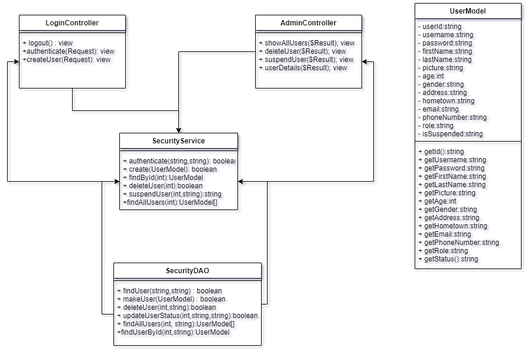
RSteinebrunner/LaravelProject keeps this draw.io diagram as Documentation/Diagrams/UML.png. Above is the earlier version. Source tidied: cells renumbered, new cells last; positions are measured from the earlier drawing's top-left corner, leaving out a move shared by most shapes.
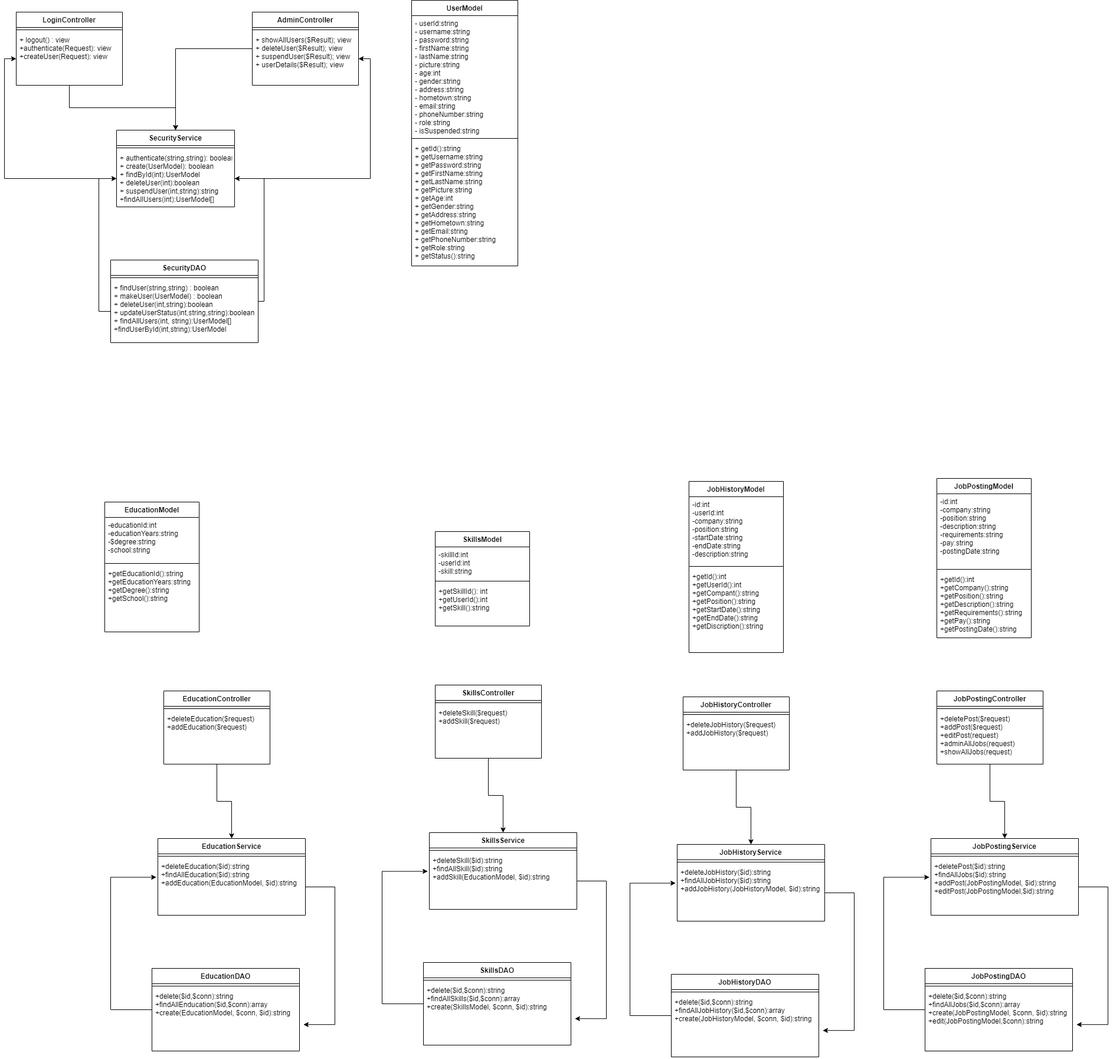
After the change.

Change to the diagram source:
```diff
@@ -80,5 +80,237 @@
     <mxCell id="23" style="edgeStyle=orthogonalEdgeStyle;rounded=0;jettySize=auto;html=1;entryX=1;entryY=0.5;entryDx=0;entryDy=0;" parent="1" edge="1" source="4" target="21">
       <mxGeometry relative="1" as="geometry" />
     </mxCell>
+    <mxCell id="24" value="EducationModel" style="swimlane;fontStyle=1;align=center;verticalAlign=top;horizontal=1;startSize=26;" parent="1" vertex="1">
+      <mxGeometry x="150" y="850" width="160" height="220" as="geometry" />
+    </mxCell>
+    <mxCell id="25" value="-educationId:int&#10;-educationYears:string&#10;-$degree:string&#10;-school:string" style="text;strokeColor=none;fillColor=none;align=left;verticalAlign=top;spacingLeft=4;spacingRight=4;overflow=hidden;" parent="24" vertex="1">
+      <mxGeometry y="26" width="160" height="74" as="geometry" />
+    </mxCell>
+    <mxCell id="26" style="line;strokeWidth=1;fillColor=none;align=left;verticalAlign=middle;spacingTop=-1;spacingLeft=3;spacingRight=3;labelPosition=right;" parent="24" vertex="1">
+      <mxGeometry y="100" width="160" height="8" as="geometry" />
+    </mxCell>
+    <mxCell id="27" value="+getEducationId():string&#10;+getEducationYears:string&#10;+getDegree():string&#10;+getSchool():string" style="text;strokeColor=none;fillColor=none;align=left;verticalAlign=top;spacingLeft=4;spacingRight=4;overflow=hidden;" parent="24" vertex="1">
+      <mxGeometry y="108" width="160" height="112" as="geometry" />
+    </mxCell>
+    <mxCell id="28" value="SkillsModel" style="swimlane;fontStyle=1;align=center;verticalAlign=top;horizontal=1;startSize=26;" parent="1" vertex="1">
+      <mxGeometry x="710" y="900" width="160" height="160" as="geometry" />
+    </mxCell>
+    <mxCell id="29" value="-skillId:int&#10;-userId:int&#10;-skill:string" style="text;strokeColor=none;fillColor=none;align=left;verticalAlign=top;spacingLeft=4;spacingRight=4;overflow=hidden;" parent="28" vertex="1">
+      <mxGeometry y="26" width="160" height="54" as="geometry" />
+    </mxCell>
+    <mxCell id="30" style="line;strokeWidth=1;fillColor=none;align=left;verticalAlign=middle;spacingTop=-1;spacingLeft=3;spacingRight=3;labelPosition=right;" parent="28" vertex="1">
+      <mxGeometry y="80" width="160" height="8" as="geometry" />
+    </mxCell>
+    <mxCell id="31" value="+getSkillId(): int&#10;+getUserId():int&#10;+getSkill():string" style="text;strokeColor=none;fillColor=none;align=left;verticalAlign=top;spacingLeft=4;spacingRight=4;overflow=hidden;" parent="28" vertex="1">
+      <mxGeometry y="88" width="160" height="72" as="geometry" />
+    </mxCell>
+    <mxCell id="32" value="JobHistoryModel" style="swimlane;fontStyle=1;align=center;verticalAlign=top;horizontal=1;startSize=26;" parent="1" vertex="1">
+      <mxGeometry x="1140" y="815" width="160" height="290" as="geometry" />
+    </mxCell>
+    <mxCell id="33" value="-id:int&#10;-userId:int&#10;-company:string&#10;-position:string&#10;-startDate:string&#10;-endDate:string&#10;-description:string" style="text;strokeColor=none;fillColor=none;align=left;verticalAlign=top;spacingLeft=4;spacingRight=4;overflow=hidden;" parent="32" vertex="1">
+      <mxGeometry y="26" width="160" height="114" as="geometry" />
+    </mxCell>
+    <mxCell id="34" style="line;strokeWidth=1;fillColor=none;align=left;verticalAlign=middle;spacingTop=-1;spacingLeft=3;spacingRight=3;labelPosition=right;" parent="32" vertex="1">
+      <mxGeometry y="140" width="160" height="8" as="geometry" />
+    </mxCell>
+    <mxCell id="35" value="+getId():int&#10;+getUserId():int&#10;+getCompant():string&#10;+getPosition():string&#10;+getStartDate():string&#10;+getEndDate():string&#10;+getDiscription():string" style="text;strokeColor=none;fillColor=none;align=left;verticalAlign=top;spacingLeft=4;spacingRight=4;overflow=hidden;" parent="32" vertex="1">
+      <mxGeometry y="148" width="160" height="142" as="geometry" />
+    </mxCell>
+    <mxCell id="36" value="JobPostingModel" style="swimlane;fontStyle=1;align=center;verticalAlign=top;horizontal=1;startSize=26;" parent="1" vertex="1">
+      <mxGeometry x="1560" y="810" width="160" height="270" as="geometry" />
+    </mxCell>
+    <mxCell id="37" value="-id:int&#10;-company:string&#10;-position:string&#10;-description:string&#10;-requirements:string&#10;-pay:string&#10;-postingDate:string" style="text;strokeColor=none;fillColor=none;align=left;verticalAlign=top;spacingLeft=4;spacingRight=4;overflow=hidden;" parent="36" vertex="1">
+      <mxGeometry y="26" width="160" height="124" as="geometry" />
+    </mxCell>
+    <mxCell id="38" style="line;strokeWidth=1;fillColor=none;align=left;verticalAlign=middle;spacingTop=-1;spacingLeft=3;spacingRight=3;labelPosition=right;" parent="36" vertex="1">
+      <mxGeometry y="150" width="160" height="8" as="geometry" />
+    </mxCell>
+    <mxCell id="39" value="+getId():int&#10;+getCompany():string&#10;+getPosition():string&#10;+getDescription():string&#10;+getRequirements():string&#10;+getPay():string&#10;+getPostingDate():string&#10;" style="text;strokeColor=none;fillColor=none;align=left;verticalAlign=top;spacingLeft=4;spacingRight=4;overflow=hidden;" parent="36" vertex="1">
+      <mxGeometry y="158" width="160" height="112" as="geometry" />
+    </mxCell>
+    <mxCell id="40" value="EducationService" style="swimlane;fontStyle=1;align=center;verticalAlign=top;horizontal=1;startSize=26;" parent="1" vertex="1">
+      <mxGeometry x="240" y="1420" width="250" height="130" as="geometry" />
+    </mxCell>
+    <mxCell id="41" style="line;strokeWidth=1;fillColor=none;align=left;verticalAlign=middle;spacingTop=-1;spacingLeft=3;spacingRight=3;labelPosition=right;" parent="40" vertex="1">
+      <mxGeometry y="26" width="250" height="8" as="geometry" />
+    </mxCell>
+    <mxCell id="42" value="+deleteEducation($id):string&#10;+findAllEducation($id):string&#10;+addEducation(EducationModel, $id):string&#10;" style="text;strokeColor=none;fillColor=none;align=left;verticalAlign=top;spacingLeft=4;spacingRight=4;overflow=hidden;points=[[0,0.5],[1,0.5]];portConstraint=eastwest;" parent="40" vertex="1">
+      <mxGeometry y="34" width="250" height="96" as="geometry" />
+    </mxCell>
+    <mxCell id="43" style="edgeStyle=orthogonalEdgeStyle;rounded=0;jettySize=auto;html=1;entryX=0.5;entryY=0;entryDx=0;entryDy=0;" parent="1" edge="1" source="44" target="40">
+      <mxGeometry relative="1" as="geometry" />
+    </mxCell>
+    <mxCell id="44" value="EducationController" style="swimlane;fontStyle=1;align=center;verticalAlign=top;horizontal=1;startSize=26;" parent="1" vertex="1">
+      <mxGeometry x="250" y="1170" width="180" height="124" as="geometry" />
+    </mxCell>
+    <mxCell id="45" style="line;strokeWidth=1;fillColor=none;align=left;verticalAlign=middle;spacingTop=-1;spacingLeft=3;spacingRight=3;labelPosition=right;" parent="44" vertex="1">
+      <mxGeometry y="26" width="180" height="8" as="geometry" />
+    </mxCell>
+    <mxCell id="46" value="+deleteEducation($request)&#10;+addEducation($request)&#10;" style="text;strokeColor=none;fillColor=none;align=left;verticalAlign=top;spacingLeft=4;spacingRight=4;overflow=hidden;" parent="44" vertex="1">
+      <mxGeometry y="34" width="180" height="90" as="geometry" />
+    </mxCell>
+    <mxCell id="47" style="edgeStyle=orthogonalEdgeStyle;rounded=0;jettySize=auto;html=1;entryX=-0.011;entryY=0.329;entryDx=0;entryDy=0;entryPerimeter=0;" parent="1" edge="1" source="48" target="42">
+      <mxGeometry relative="1" as="geometry">
+        <Array as="points">
+          <mxPoint x="160" y="1710" />
+          <mxPoint x="160" y="1486" />
+        </Array>
+      </mxGeometry>
+    </mxCell>
+    <mxCell id="48" value="EducationDAO" style="swimlane;fontStyle=1;align=center;verticalAlign=top;horizontal=1;startSize=26;" parent="1" vertex="1">
+      <mxGeometry x="230" y="1640" width="250" height="140" as="geometry" />
+    </mxCell>
+    <mxCell id="49" style="line;strokeWidth=1;fillColor=none;align=left;verticalAlign=middle;spacingTop=-1;spacingLeft=3;spacingRight=3;labelPosition=right;" parent="48" vertex="1">
+      <mxGeometry y="26" width="250" height="8" as="geometry" />
+    </mxCell>
+    <mxCell id="50" value="+delete($id,$conn):string&#10;+findAllEnducation($id,$conn):array&#10;+create(EducationModel, $conn, $id):string" style="text;strokeColor=none;fillColor=none;align=left;verticalAlign=top;spacingLeft=4;spacingRight=4;overflow=hidden;points=[[0,0.5],[1,0.5]];portConstraint=eastwest;" parent="48" vertex="1">
+      <mxGeometry y="34" width="250" height="106" as="geometry" />
+    </mxCell>
+    <mxCell id="51" style="edgeStyle=orthogonalEdgeStyle;rounded=0;jettySize=auto;html=1;entryX=1.027;entryY=0.577;entryDx=0;entryDy=0;entryPerimeter=0;" parent="1" edge="1" source="42" target="50">
+      <mxGeometry relative="1" as="geometry">
+        <Array as="points">
+          <mxPoint x="540" y="1502" />
+          <mxPoint x="540" y="1735" />
+        </Array>
+      </mxGeometry>
+    </mxCell>
+    <mxCell id="52" value="SkillsService" style="swimlane;fontStyle=1;align=center;verticalAlign=top;horizontal=1;startSize=26;" parent="1" vertex="1">
+      <mxGeometry x="700" y="1410" width="250" height="130" as="geometry" />
+    </mxCell>
+    <mxCell id="53" style="line;strokeWidth=1;fillColor=none;align=left;verticalAlign=middle;spacingTop=-1;spacingLeft=3;spacingRight=3;labelPosition=right;" parent="52" vertex="1">
+      <mxGeometry y="26" width="250" height="8" as="geometry" />
+    </mxCell>
+    <mxCell id="54" value="+deleteSkill($id):string&#10;+findAllSkill($id):string&#10;+addSkill(EducationModel, $id):string&#10;" style="text;strokeColor=none;fillColor=none;align=left;verticalAlign=top;spacingLeft=4;spacingRight=4;overflow=hidden;points=[[0,0.5],[1,0.5]];portConstraint=eastwest;" parent="52" vertex="1">
+      <mxGeometry y="34" width="250" height="96" as="geometry" />
+    </mxCell>
+    <mxCell id="55" style="edgeStyle=orthogonalEdgeStyle;rounded=0;jettySize=auto;html=1;entryX=0.5;entryY=0;entryDx=0;entryDy=0;" parent="1" edge="1" source="56" target="52">
+      <mxGeometry relative="1" as="geometry" />
+    </mxCell>
+    <mxCell id="56" value="SkillsController" style="swimlane;fontStyle=1;align=center;verticalAlign=top;horizontal=1;startSize=26;" parent="1" vertex="1">
+      <mxGeometry x="710" y="1160" width="180" height="124" as="geometry" />
+    </mxCell>
+    <mxCell id="57" style="line;strokeWidth=1;fillColor=none;align=left;verticalAlign=middle;spacingTop=-1;spacingLeft=3;spacingRight=3;labelPosition=right;" parent="56" vertex="1">
+      <mxGeometry y="26" width="180" height="8" as="geometry" />
+    </mxCell>
+    <mxCell id="58" value="+deleteSkill($request)&#10;+addSkill($request)&#10;" style="text;strokeColor=none;fillColor=none;align=left;verticalAlign=top;spacingLeft=4;spacingRight=4;overflow=hidden;" parent="56" vertex="1">
+      <mxGeometry y="34" width="180" height="90" as="geometry" />
+    </mxCell>
+    <mxCell id="59" style="edgeStyle=orthogonalEdgeStyle;rounded=0;jettySize=auto;html=1;entryX=-0.011;entryY=0.329;entryDx=0;entryDy=0;entryPerimeter=0;" parent="1" edge="1" source="60" target="54">
+      <mxGeometry relative="1" as="geometry">
+        <Array as="points">
+          <mxPoint x="620" y="1700" />
+          <mxPoint x="620" y="1476" />
+        </Array>
+      </mxGeometry>
+    </mxCell>
+    <mxCell id="60" value="SkillsDAO" style="swimlane;fontStyle=1;align=center;verticalAlign=top;horizontal=1;startSize=26;" parent="1" vertex="1">
+      <mxGeometry x="690" y="1630" width="250" height="140" as="geometry" />
+    </mxCell>
+    <mxCell id="61" style="line;strokeWidth=1;fillColor=none;align=left;verticalAlign=middle;spacingTop=-1;spacingLeft=3;spacingRight=3;labelPosition=right;" parent="60" vertex="1">
+      <mxGeometry y="26" width="250" height="8" as="geometry" />
+    </mxCell>
+    <mxCell id="62" value="+delete($id,$conn):string&#10;+findAllSkills($id,$conn):array&#10;+create(SkillsModel, $conn, $id):string" style="text;strokeColor=none;fillColor=none;align=left;verticalAlign=top;spacingLeft=4;spacingRight=4;overflow=hidden;points=[[0,0.5],[1,0.5]];portConstraint=eastwest;" parent="60" vertex="1">
+      <mxGeometry y="34" width="250" height="106" as="geometry" />
+    </mxCell>
+    <mxCell id="63" style="edgeStyle=orthogonalEdgeStyle;rounded=0;jettySize=auto;html=1;entryX=1.027;entryY=0.577;entryDx=0;entryDy=0;entryPerimeter=0;" parent="1" edge="1" source="54" target="62">
+      <mxGeometry relative="1" as="geometry">
+        <Array as="points">
+          <mxPoint x="1000" y="1492" />
+          <mxPoint x="1000" y="1725" />
+        </Array>
+      </mxGeometry>
+    </mxCell>
+    <mxCell id="64" value="JobHistoryService" style="swimlane;fontStyle=1;align=center;verticalAlign=top;horizontal=1;startSize=26;" parent="1" vertex="1">
+      <mxGeometry x="1120" y="1430" width="250" height="130" as="geometry" />
+    </mxCell>
+    <mxCell id="65" style="line;strokeWidth=1;fillColor=none;align=left;verticalAlign=middle;spacingTop=-1;spacingLeft=3;spacingRight=3;labelPosition=right;" parent="64" vertex="1">
+      <mxGeometry y="26" width="250" height="8" as="geometry" />
+    </mxCell>
+    <mxCell id="66" value="+deleteJobHistory($id):string&#10;+findAllJobHistory($id):string&#10;+addJobHistory(JobHistoryModel, $id):string&#10;" style="text;strokeColor=none;fillColor=none;align=left;verticalAlign=top;spacingLeft=4;spacingRight=4;overflow=hidden;points=[[0,0.5],[1,0.5]];portConstraint=eastwest;" parent="64" vertex="1">
+      <mxGeometry y="34" width="250" height="96" as="geometry" />
+    </mxCell>
+    <mxCell id="67" style="edgeStyle=orthogonalEdgeStyle;rounded=0;jettySize=auto;html=1;entryX=0.5;entryY=0;entryDx=0;entryDy=0;" parent="1" edge="1" source="68" target="64">
+      <mxGeometry relative="1" as="geometry" />
+    </mxCell>
+    <mxCell id="68" value="JobHistoryController" style="swimlane;fontStyle=1;align=center;verticalAlign=top;horizontal=1;startSize=26;" parent="1" vertex="1">
+      <mxGeometry x="1130" y="1180" width="180" height="124" as="geometry" />
+    </mxCell>
+    <mxCell id="69" style="line;strokeWidth=1;fillColor=none;align=left;verticalAlign=middle;spacingTop=-1;spacingLeft=3;spacingRight=3;labelPosition=right;" parent="68" vertex="1">
+      <mxGeometry y="26" width="180" height="8" as="geometry" />
+    </mxCell>
+    <mxCell id="70" value="+deleteJobHistory($request)&#10;+addJobHistory($request)&#10;" style="text;strokeColor=none;fillColor=none;align=left;verticalAlign=top;spacingLeft=4;spacingRight=4;overflow=hidden;" parent="68" vertex="1">
+      <mxGeometry y="34" width="180" height="90" as="geometry" />
+    </mxCell>
+    <mxCell id="71" style="edgeStyle=orthogonalEdgeStyle;rounded=0;jettySize=auto;html=1;entryX=-0.011;entryY=0.329;entryDx=0;entryDy=0;entryPerimeter=0;" parent="1" edge="1" source="72" target="66">
+      <mxGeometry relative="1" as="geometry">
+        <Array as="points">
+          <mxPoint x="1040" y="1720" />
+          <mxPoint x="1040" y="1496" />
+        </Array>
+      </mxGeometry>
+    </mxCell>
+    <mxCell id="72" value="JobHistoryDAO" style="swimlane;fontStyle=1;align=center;verticalAlign=top;horizontal=1;startSize=26;" parent="1" vertex="1">
+      <mxGeometry x="1110" y="1650" width="250" height="140" as="geometry" />
+    </mxCell>
+    <mxCell id="73" style="line;strokeWidth=1;fillColor=none;align=left;verticalAlign=middle;spacingTop=-1;spacingLeft=3;spacingRight=3;labelPosition=right;" parent="72" vertex="1">
+      <mxGeometry y="26" width="250" height="8" as="geometry" />
+    </mxCell>
+    <mxCell id="74" value="+delete($id,$conn):string&#10;+findAllJobHistory($id,$conn):array&#10;+create(JobHistoryModel, $conn, $id):string" style="text;strokeColor=none;fillColor=none;align=left;verticalAlign=top;spacingLeft=4;spacingRight=4;overflow=hidden;points=[[0,0.5],[1,0.5]];portConstraint=eastwest;" parent="72" vertex="1">
+      <mxGeometry y="34" width="250" height="106" as="geometry" />
+    </mxCell>
+    <mxCell id="75" style="edgeStyle=orthogonalEdgeStyle;rounded=0;jettySize=auto;html=1;entryX=1.027;entryY=0.577;entryDx=0;entryDy=0;entryPerimeter=0;" parent="1" edge="1" source="66" target="74">
+      <mxGeometry relative="1" as="geometry">
+        <Array as="points">
+          <mxPoint x="1420" y="1512" />
+          <mxPoint x="1420" y="1745" />
+        </Array>
+      </mxGeometry>
+    </mxCell>
+    <mxCell id="76" value="JobPostingService" style="swimlane;fontStyle=1;align=center;verticalAlign=top;horizontal=1;startSize=26;" parent="1" vertex="1">
+      <mxGeometry x="1550" y="1420" width="250" height="130" as="geometry" />
+    </mxCell>
+    <mxCell id="77" style="line;strokeWidth=1;fillColor=none;align=left;verticalAlign=middle;spacingTop=-1;spacingLeft=3;spacingRight=3;labelPosition=right;" parent="76" vertex="1">
+      <mxGeometry y="26" width="250" height="8" as="geometry" />
+    </mxCell>
+    <mxCell id="78" value="+deletePost($id):string&#10;+findAllJobs($id):string&#10;+addPost(JobPostingModel, $id):string&#10;+editPost(JobPostingModel,$id):string&#10;" style="text;strokeColor=none;fillColor=none;align=left;verticalAlign=top;spacingLeft=4;spacingRight=4;overflow=hidden;points=[[0,0.5],[1,0.5]];portConstraint=eastwest;" parent="76" vertex="1">
+      <mxGeometry y="34" width="250" height="96" as="geometry" />
+    </mxCell>
+    <mxCell id="79" style="edgeStyle=orthogonalEdgeStyle;rounded=0;jettySize=auto;html=1;entryX=0.5;entryY=0;entryDx=0;entryDy=0;" parent="1" edge="1" source="80" target="76">
+      <mxGeometry relative="1" as="geometry" />
+    </mxCell>
+    <mxCell id="80" value="JobPostingController" style="swimlane;fontStyle=1;align=center;verticalAlign=top;horizontal=1;startSize=26;" parent="1" vertex="1">
+      <mxGeometry x="1560" y="1170" width="180" height="124" as="geometry" />
+    </mxCell>
+    <mxCell id="81" style="line;strokeWidth=1;fillColor=none;align=left;verticalAlign=middle;spacingTop=-1;spacingLeft=3;spacingRight=3;labelPosition=right;" parent="80" vertex="1">
+      <mxGeometry y="26" width="180" height="8" as="geometry" />
+    </mxCell>
+    <mxCell id="82" value="+deletePost($request)&#10;+addPost($request)&#10;+editPost(request)&#10;+adminAllJobs(request)&#10;+showAllJobs(request)&#10;" style="text;strokeColor=none;fillColor=none;align=left;verticalAlign=top;spacingLeft=4;spacingRight=4;overflow=hidden;" parent="80" vertex="1">
+      <mxGeometry y="34" width="180" height="90" as="geometry" />
+    </mxCell>
+    <mxCell id="83" style="edgeStyle=orthogonalEdgeStyle;rounded=0;jettySize=auto;html=1;entryX=-0.011;entryY=0.329;entryDx=0;entryDy=0;entryPerimeter=0;" parent="1" edge="1" source="84" target="78">
+      <mxGeometry relative="1" as="geometry">
+        <Array as="points">
+          <mxPoint x="1470" y="1710" />
+          <mxPoint x="1470" y="1486" />
+        </Array>
+      </mxGeometry>
+    </mxCell>
+    <mxCell id="84" value="JobPostingDAO" style="swimlane;fontStyle=1;align=center;verticalAlign=top;horizontal=1;startSize=26;" parent="1" vertex="1">
+      <mxGeometry x="1540" y="1640" width="250" height="140" as="geometry" />
+    </mxCell>
+    <mxCell id="85" style="line;strokeWidth=1;fillColor=none;align=left;verticalAlign=middle;spacingTop=-1;spacingLeft=3;spacingRight=3;labelPosition=right;" parent="84" vertex="1">
+      <mxGeometry y="26" width="250" height="8" as="geometry" />
+    </mxCell>
+    <mxCell id="86" value="+delete($id,$conn):string&#10;+findAllJobs($id,$conn):array&#10;+create(JobPostingModel, $conn, $id):string&#10;+edit(JobPostingModel,$conn):string" style="text;strokeColor=none;fillColor=none;align=left;verticalAlign=top;spacingLeft=4;spacingRight=4;overflow=hidden;points=[[0,0.5],[1,0.5]];portConstraint=eastwest;" parent="84" vertex="1">
+      <mxGeometry y="34" width="250" height="106" as="geometry" />
+    </mxCell>
+    <mxCell id="87" style="edgeStyle=orthogonalEdgeStyle;rounded=0;jettySize=auto;html=1;entryX=1.027;entryY=0.577;entryDx=0;entryDy=0;entryPerimeter=0;" parent="1" edge="1" source="78" target="86">
+      <mxGeometry relative="1" as="geometry">
+        <Array as="points">
+          <mxPoint x="1850" y="1502" />
+          <mxPoint x="1850" y="1735" />
+        </Array>
+      </mxGeometry>
+    </mxCell>
   </root>
 </mxGraphModel>
```
